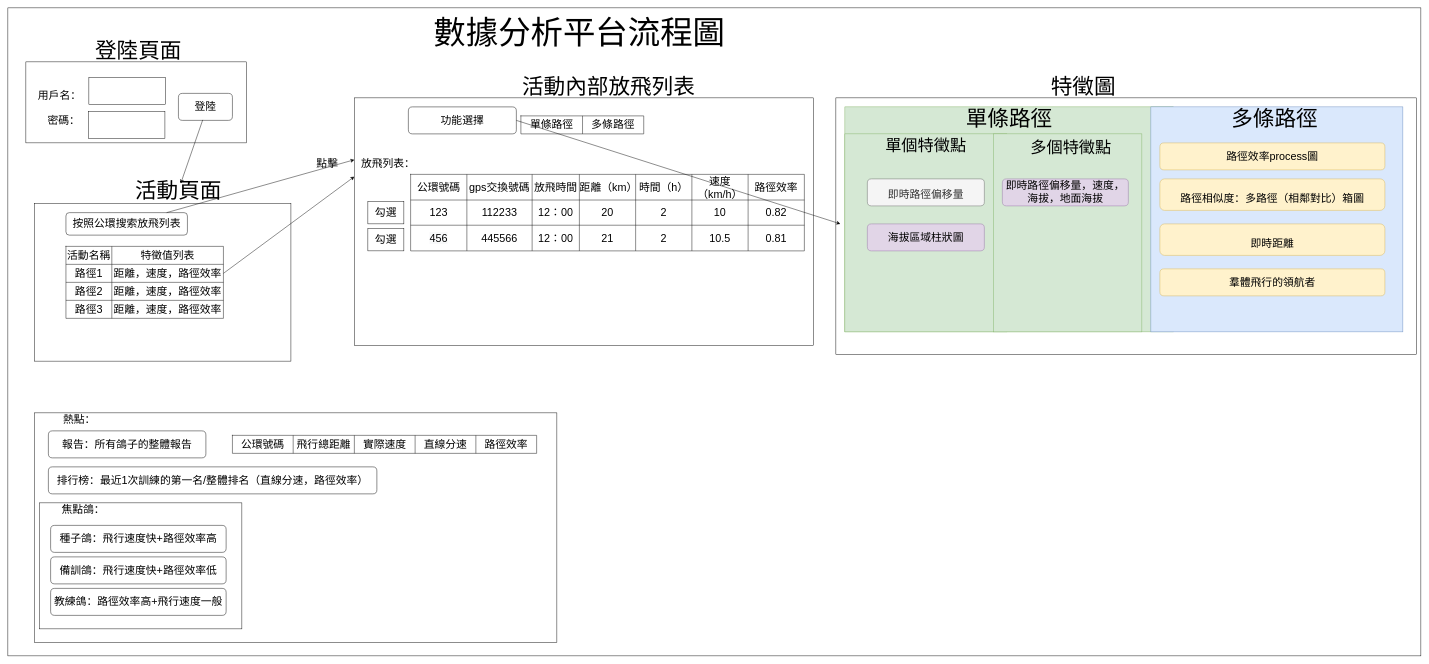
Above: page "數據分析平台-流程圖" (10 of 18) of gpsDataAnalysisFunctionDesion.drawio in pengzhen80/PigeonRace (draw.io), before the change. Source tidied: cells renumbered, new cells numbered last; positions are measured from the earlier drawing's top-left corner, leaving out a move shared by most shapes. Both pictures are drawn from the tidied source at 45%, with x=0, y=0 at pixel (8, 8).
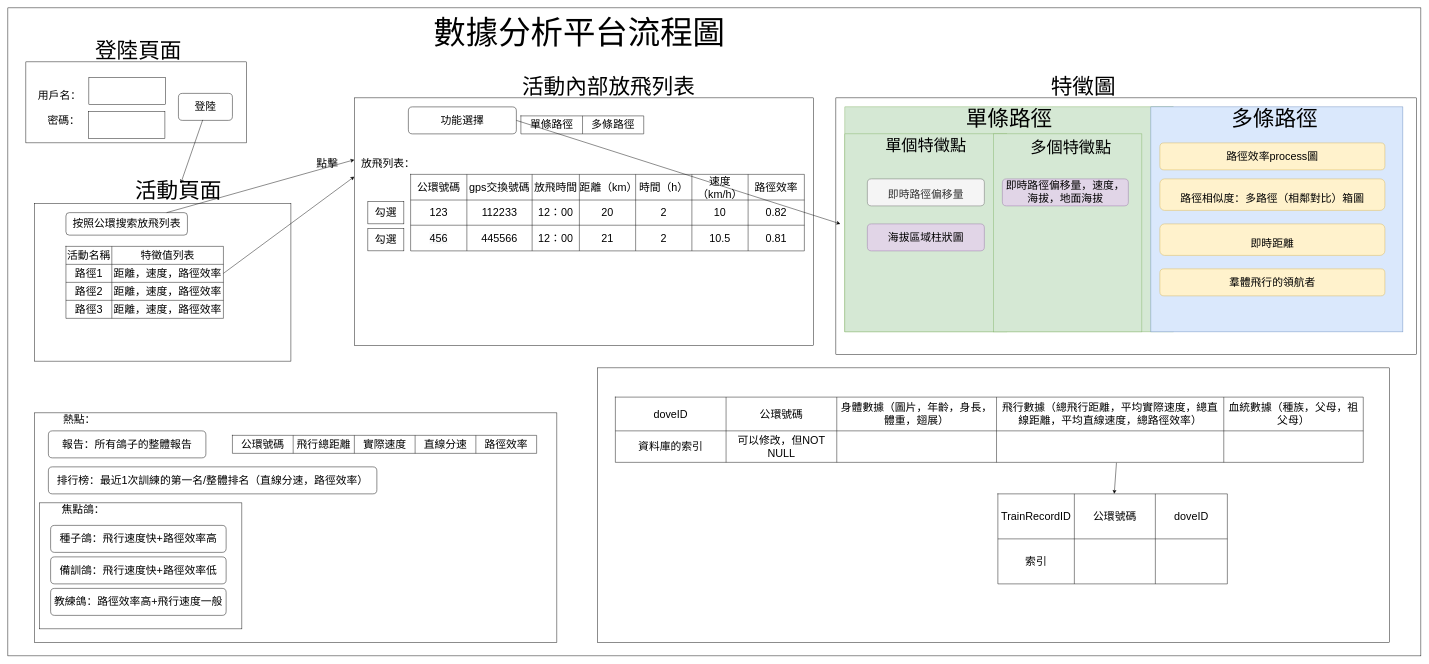
The same diagram, later.

The edit, as a diff of the source:
```diff
@@
+    <mxCell id="100" style="rounded=0;whiteSpace=wrap;html=1;" parent="1" vertex="1">
+      <mxGeometry x="1310" y="800" width="1760" height="610" as="geometry" />
+    </mxCell>
+    <mxCell id="101" style="shape=table;startSize=0;childLayout=tableLayout;" parent="1" vertex="1">
+      <mxGeometry x="1350" y="865" width="1662" height="145" as="geometry" />
+    </mxCell>
+    <mxCell id="102" style="shape=tableRow;horizontal=0;startSize=0;swimlaneHead=0;swimlaneBody=0;top=0;left=0;bottom=0;right=0;fillColor=none;" parent="101" vertex="1">
+      <mxGeometry width="1662" height="75" as="geometry" />
+    </mxCell>
+    <mxCell id="103" value="&lt;font style=&quot;font-size: 24px;&quot;&gt;doveID&lt;/font&gt;" style="shape=partialRectangle;html=1;whiteSpace=wrap;overflow=hidden;fillColor=none;top=0;left=0;bottom=0;right=0;" parent="102" vertex="1">
+      <mxGeometry width="246" height="75" as="geometry" />
+    </mxCell>
+    <mxCell id="104" value="&lt;font style=&quot;font-size: 24px;&quot;&gt;公環號碼&lt;/font&gt;" style="shape=partialRectangle;html=1;whiteSpace=wrap;overflow=hidden;fillColor=none;top=0;left=0;bottom=0;right=0;" parent="102" vertex="1">
+      <mxGeometry x="246" width="246" height="75" as="geometry" />
+    </mxCell>
+    <mxCell id="105" value="&lt;font style=&quot;font-size: 24px;&quot;&gt;身體數據（圖片，年齡，身長，體重，翅展）&lt;/font&gt;" style="shape=partialRectangle;html=1;whiteSpace=wrap;overflow=hidden;fillColor=none;top=0;left=0;bottom=0;right=0;" parent="102" vertex="1">
+      <mxGeometry x="492" width="355" height="75" as="geometry" />
+    </mxCell>
+    <mxCell id="106" value="&lt;font style=&quot;font-size: 24px;&quot;&gt;飛行數據（總飛行距離，平均實際速度，總直線距離，平均直線速度，總路徑效率）&lt;/font&gt;" style="shape=partialRectangle;html=1;whiteSpace=wrap;overflow=hidden;fillColor=none;top=0;left=0;bottom=0;right=0;" parent="102" vertex="1">
+      <mxGeometry x="847" width="505" height="75" as="geometry" />
+    </mxCell>
+    <mxCell id="107" value="&lt;font style=&quot;font-size: 24px;&quot;&gt;血統數據（種族，父母，祖父母）&lt;/font&gt;" style="shape=partialRectangle;html=1;whiteSpace=wrap;overflow=hidden;fillColor=none;top=0;left=0;bottom=0;right=0;" parent="102" vertex="1">
+      <mxGeometry x="1352" width="310" height="75" as="geometry" />
+    </mxCell>
+    <mxCell id="108" style="shape=tableRow;horizontal=0;startSize=0;swimlaneHead=0;swimlaneBody=0;top=0;left=0;bottom=0;right=0;fillColor=none;points=[[0,0.5],[1,0.5]];portConstraint=eastwest;" parent="101" vertex="1">
+      <mxGeometry y="75" width="1662" height="70" as="geometry" />
+    </mxCell>
+    <mxCell id="109" value="&lt;font style=&quot;font-size: 24px;&quot;&gt;資料庫的索引&lt;/font&gt;" style="shape=partialRectangle;html=1;whiteSpace=wrap;overflow=hidden;fillColor=none;top=0;left=0;bottom=0;right=0;" parent="108" vertex="1">
+      <mxGeometry width="246" height="70" as="geometry" />
+    </mxCell>
+    <mxCell id="110" value="&lt;font style=&quot;font-size: 24px;&quot;&gt;可以修改，但NOT NULL&lt;/font&gt;" style="shape=partialRectangle;html=1;whiteSpace=wrap;overflow=hidden;fillColor=none;top=0;left=0;bottom=0;right=0;" parent="108" vertex="1">
+      <mxGeometry x="246" width="246" height="70" as="geometry" />
+    </mxCell>
+    <mxCell id="111" style="shape=partialRectangle;html=1;whiteSpace=wrap;overflow=hidden;fillColor=none;top=0;left=0;bottom=0;right=0;" parent="108" vertex="1">
+      <mxGeometry x="492" width="355" height="70" as="geometry" />
+    </mxCell>
+    <mxCell id="112" style="shape=partialRectangle;html=1;whiteSpace=wrap;overflow=hidden;fillColor=none;top=0;left=0;bottom=0;right=0;" parent="108" vertex="1">
+      <mxGeometry x="847" width="505" height="70" as="geometry" />
+    </mxCell>
+    <mxCell id="113" style="shape=partialRectangle;html=1;whiteSpace=wrap;overflow=hidden;fillColor=none;top=0;left=0;bottom=0;right=0;" parent="108" vertex="1">
+      <mxGeometry x="1352" width="310" height="70" as="geometry" />
+    </mxCell>
+    <mxCell id="114" style="shape=table;startSize=0;childLayout=tableLayout;fontSize=24;" parent="1" vertex="1">
+      <mxGeometry x="2200" y="1080" width="510" height="200" as="geometry" />
+    </mxCell>
+    <mxCell id="115" style="shape=tableRow;horizontal=0;startSize=0;swimlaneHead=0;swimlaneBody=0;top=0;left=0;bottom=0;right=0;fillColor=none;points=[[0,0.5],[1,0.5]];portConstraint=eastwest;fontSize=24;" parent="114" vertex="1">
+      <mxGeometry width="510" height="100" as="geometry" />
+    </mxCell>
+    <mxCell id="116" value="TrainRecordID" style="shape=partialRectangle;html=1;whiteSpace=wrap;overflow=hidden;fillColor=none;top=0;left=0;bottom=0;right=0;fontSize=24;" parent="115" vertex="1">
+      <mxGeometry width="170" height="100" as="geometry" />
+    </mxCell>
+    <mxCell id="117" value="公環號碼" style="shape=partialRectangle;html=1;whiteSpace=wrap;overflow=hidden;fillColor=none;top=0;left=0;bottom=0;right=0;fontSize=24;" parent="115" vertex="1">
+      <mxGeometry x="170" width="180" height="100" as="geometry" />
+    </mxCell>
+    <mxCell id="118" value="doveID" style="shape=partialRectangle;html=1;whiteSpace=wrap;overflow=hidden;fillColor=none;top=0;left=0;bottom=0;right=0;fontSize=24;" parent="115" vertex="1">
+      <mxGeometry x="350" width="160" height="100" as="geometry" />
+    </mxCell>
+    <mxCell id="119" style="shape=tableRow;horizontal=0;startSize=0;swimlaneHead=0;swimlaneBody=0;top=0;left=0;bottom=0;right=0;fillColor=none;fontSize=24;" parent="114" vertex="1">
+      <mxGeometry y="100" width="510" height="100" as="geometry" />
+    </mxCell>
+    <mxCell id="120" value="索引" style="shape=partialRectangle;html=1;whiteSpace=wrap;overflow=hidden;fillColor=none;top=0;left=0;bottom=0;right=0;fontSize=24;" parent="119" vertex="1">
+      <mxGeometry width="170" height="100" as="geometry" />
+    </mxCell>
+    <mxCell id="121" style="shape=partialRectangle;html=1;whiteSpace=wrap;overflow=hidden;fillColor=none;top=0;left=0;bottom=0;right=0;fontSize=24;" parent="119" vertex="1">
+      <mxGeometry x="170" width="180" height="100" as="geometry" />
+    </mxCell>
+    <mxCell id="122" style="shape=partialRectangle;html=1;whiteSpace=wrap;overflow=hidden;fillColor=none;top=0;left=0;bottom=0;right=0;fontSize=24;" parent="119" vertex="1">
+      <mxGeometry x="350" width="160" height="100" as="geometry" />
+    </mxCell>
+    <mxCell id="123" style="endArrow=classic;html=1;rounded=0;fontSize=24;exitX=0.67;exitY=1.014;exitDx=0;exitDy=0;exitPerimeter=0;" parent="1" edge="1" source="108" target="115">
+      <mxGeometry relative="1" as="geometry" />
+    </mxCell>
```
